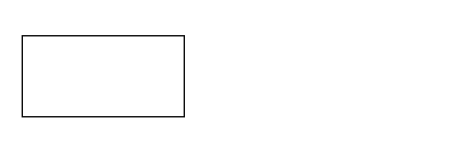
This is 未命名绘图.drawio from SamuelGYX/hello-world, a draw.io file, before an edit. Source tidied: cells renumbered, new cells numbered last; positions are measured from the earlier drawing's top-left corner, leaving out a move shared by most shapes. Both pictures are drawn from the tidied source at 135%, with x=0, y=0 at pixel (22, 35).
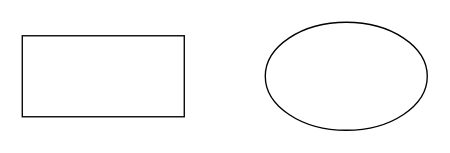
The same page after the edit.

Commit message:
更新未命名绘图.drawio

Diff of the diagram source:
```diff
@@
 <mxGraphModel>
   <root>
     <mxCell id="0" />
     <mxCell id="1" parent="0" />
     <mxCell id="2" style="rounded=0;whiteSpace=wrap;html=1;" parent="1" vertex="1">
       <mxGeometry width="120" height="60" as="geometry" />
     </mxCell>
+    <mxCell id="3" style="ellipse;whiteSpace=wrap;html=1;" parent="1" vertex="1">
+      <mxGeometry x="180" y="-10" width="120" height="80" as="geometry" />
+    </mxCell>
   </root>
 </mxGraphModel>
```
